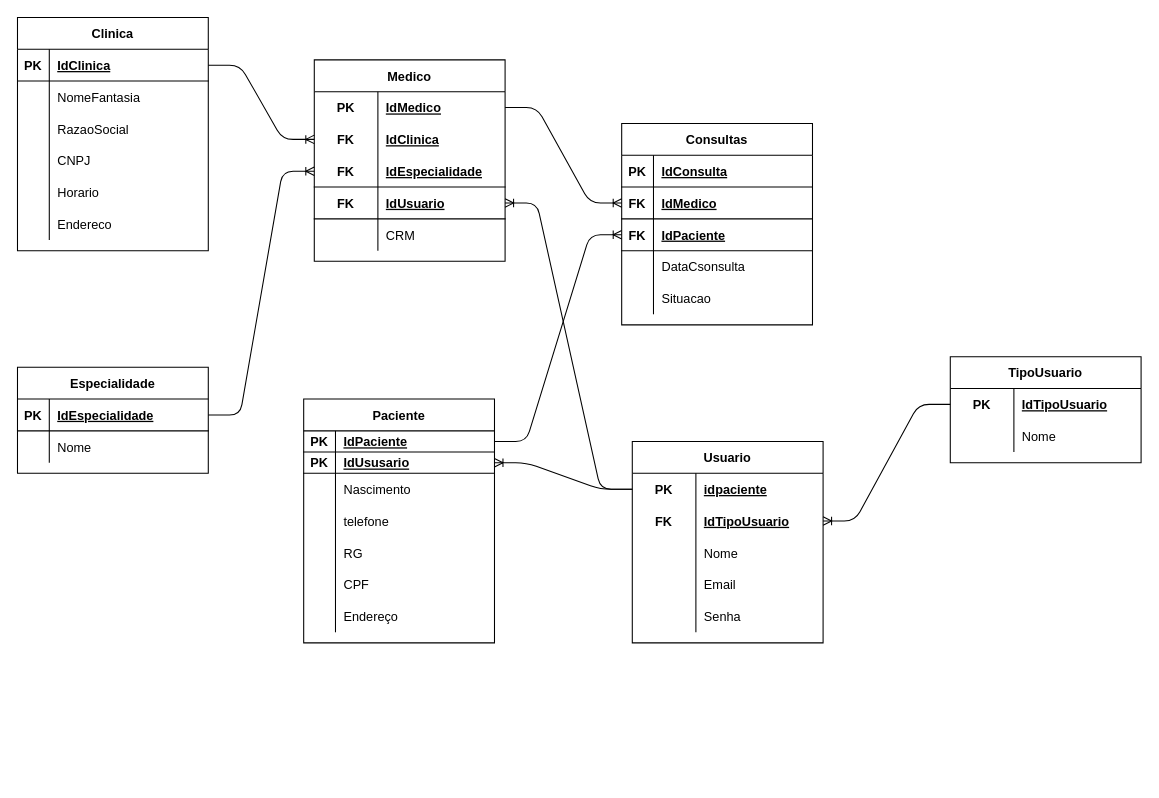
Before: page "Lógico" (2 of 2) of SP Medical Group/Modelos conceitual e lógico.drawio in AparecidoSeles/Senai_2-_Semestre, a draw.io diagram. Source tidied: cells renumbered, new cells numbered last; positions are measured from the earlier drawing's top-left corner, leaving out a move shared by most shapes. Both pictures are drawn from the tidied source at 106%, with x=0, y=0 at pixel (17, 17).
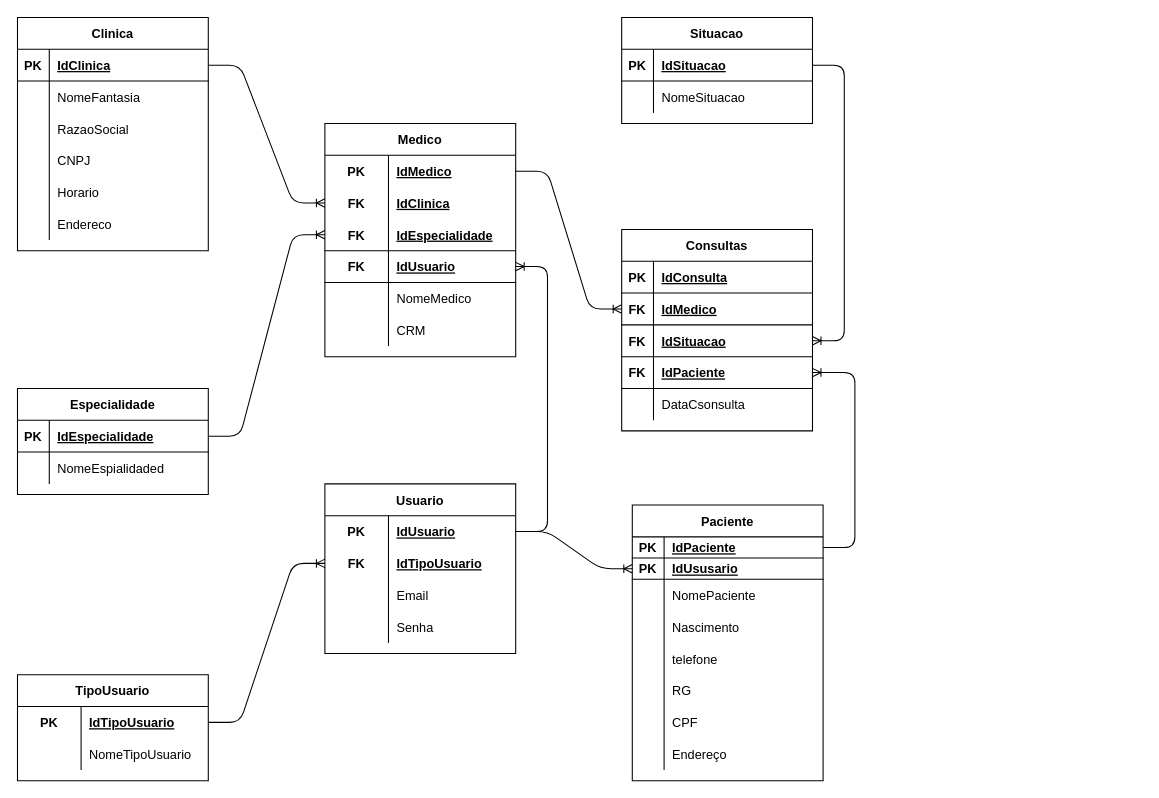
The same diagram, later.

The change refers to these unchanged cells:
```xml
<mxCell id="34" style="shape=partialRectangle;fillColor=none;top=0;left=0;bottom=0;right=0;" parent="21" vertex="1">
  <mxGeometry y="150" width="180" height="30" as="geometry" />
</mxCell>
<mxCell id="41" style="shape=partialRectangle;fillColor=none;top=0;left=0;bottom=0;right=0;" parent="37" vertex="1">
  <mxGeometry y="60" width="180" height="30" as="geometry" />
</mxCell>
<mxCell id="45" style="shape=partialRectangle;fillColor=none;top=0;left=0;bottom=1;right=0;points=[[0,0.5],[1,0.5]];portConstraint=eastwest;" parent="44" vertex="1">
  <mxGeometry y="30" width="180" height="20" as="geometry" />
</mxCell>
<mxCell id="51" style="shape=partialRectangle;fillColor=none;top=0;left=0;bottom=0;right=0;" parent="44" vertex="1">
  <mxGeometry y="70" width="180" height="30" as="geometry" />
</mxCell>
<mxCell id="73" style="shape=partialRectangle;fillColor=none;top=0;left=0;bottom=1;right=0;points=[[0,0.5],[1,0.5]];portConstraint=eastwest;" parent="66" vertex="1">
  <mxGeometry y="90" width="180" height="30" as="geometry" />
</mxCell>
<mxCell id="83" style="shape=partialRectangle;fillColor=none;top=0;left=0;bottom=0;right=0;points=[[0,0.5],[1,0.5]];portConstraint=eastwest;" parent="82" vertex="1">
  <mxGeometry y="30" width="180" height="30" as="geometry" />
</mxCell>
<mxCell id="102" style="shape=partialRectangle;fillColor=none;top=0;left=0;bottom=0;right=0;" parent="98" vertex="1">
  <mxGeometry y="60" width="180" height="30" as="geometry" />
</mxCell>
```

Change to the diagram source:
```diff
@@
     <mxCell id="21" value="Medico" style="shape=table;startSize=30;childLayout=tableLayout;rowLines=0;fontStyle=1;align=center;" parent="1" vertex="1">
-      <mxGeometry x="280" y="40" width="180" height="190" as="geometry" />
+      <mxGeometry x="290" y="100" width="180" height="220" as="geometry" />
     </mxCell>
@@
-    <mxCell id="36" value="CRM" style="shape=partialRectangle;fillColor=none;top=0;left=0;bottom=0;right=0;align=left;spacingLeft=6;overflow=hidden;" parent="34" vertex="1">
+    <mxCell id="36" value="NomeMedico" style="shape=partialRectangle;fillColor=none;top=0;left=0;bottom=0;right=0;align=left;spacingLeft=6;overflow=hidden;" parent="34" vertex="1">
       <mxGeometry x="60" width="120" height="30" as="geometry" />
     </mxCell>
+    <mxCell id="112" style="shape=partialRectangle;fillColor=none;top=0;left=0;bottom=0;right=0;" parent="21" vertex="1">
+      <mxGeometry y="180" width="180" height="30" as="geometry" />
+    </mxCell>
+    <mxCell id="90" style="shape=partialRectangle;fillColor=none;top=0;left=0;bottom=0;right=0;overflow=hidden;" parent="112" vertex="1">
+      <mxGeometry width="60" height="30" as="geometry" />
+    </mxCell>
+    <mxCell id="113" value="CRM" style="shape=partialRectangle;fillColor=none;top=0;left=0;bottom=0;right=0;align=left;spacingLeft=6;overflow=hidden;" parent="112" vertex="1">
+      <mxGeometry x="60" width="120" height="30" as="geometry" />
+    </mxCell>
     <mxCell id="37" value="Especialidade" style="shape=table;startSize=30;childLayout=tableLayout;rowLines=0;fontStyle=1;align=center;" parent="1" vertex="1">
-      <mxGeometry y="330" width="180" height="100" as="geometry" />
+      <mxGeometry y="350" width="180" height="100" as="geometry" />
     </mxCell>
@@
-    <mxCell id="43" value="Nome" style="shape=partialRectangle;fillColor=none;top=0;left=0;bottom=0;right=0;align=left;spacingLeft=6;overflow=hidden;" parent="41" vertex="1">
+    <mxCell id="43" value="NomeEspialidaded" style="shape=partialRectangle;fillColor=none;top=0;left=0;bottom=0;right=0;align=left;spacingLeft=6;overflow=hidden;" parent="41" vertex="1">
       <mxGeometry x="30" width="150" height="30" as="geometry" />
     </mxCell>
     <mxCell id="44" value="Paciente" style="shape=table;startSize=30;childLayout=tableLayout;rowLines=0;fontStyle=1;align=center;" parent="1" vertex="1">
-      <mxGeometry x="270" y="360" width="180" height="230" as="geometry" />
+      <mxGeometry x="580" y="460" width="180" height="260" as="geometry" />
     </mxCell>
@@
-    <mxCell id="53" value="Nascimento" style="shape=partialRectangle;fillColor=none;top=0;left=0;bottom=0;right=0;align=left;spacingLeft=6;overflow=hidden;" parent="51" vertex="1">
+    <mxCell id="53" value="NomePaciente" style="shape=partialRectangle;fillColor=none;top=0;left=0;bottom=0;right=0;align=left;spacingLeft=6;overflow=hidden;" parent="51" vertex="1">
       <mxGeometry x="30" width="150" height="30" as="geometry" />
     </mxCell>
+    <mxCell id="114" style="shape=partialRectangle;fillColor=none;top=0;left=0;bottom=0;right=0;" parent="44" vertex="1">
+      <mxGeometry y="100" width="180" height="30" as="geometry" />
+    </mxCell>
+    <mxCell id="115" style="shape=partialRectangle;fillColor=none;top=0;left=0;bottom=0;right=0;overflow=hidden;" parent="114" vertex="1">
+      <mxGeometry width="30" height="30" as="geometry" />
+    </mxCell>
+    <mxCell id="116" value="Nascimento" style="shape=partialRectangle;fillColor=none;top=0;left=0;bottom=0;right=0;align=left;spacingLeft=6;overflow=hidden;" parent="114" vertex="1">
+      <mxGeometry x="30" width="150" height="30" as="geometry" />
+    </mxCell>
     <mxCell id="54" style="shape=partialRectangle;fillColor=none;top=0;left=0;bottom=0;right=0;" parent="44" vertex="1">
-      <mxGeometry y="100" width="180" height="30" as="geometry" />
+      <mxGeometry y="130" width="180" height="30" as="geometry" />
     </mxCell>
@@
     <mxCell id="57" style="shape=partialRectangle;fillColor=none;top=0;left=0;bottom=0;right=0;" parent="44" vertex="1">
-      <mxGeometry y="130" width="180" height="30" as="geometry" />
+      <mxGeometry y="160" width="180" height="30" as="geometry" />
     </mxCell>
@@
     <mxCell id="60" style="shape=partialRectangle;fillColor=none;top=0;left=0;bottom=0;right=0;" parent="44" vertex="1">
-      <mxGeometry y="160" width="180" height="30" as="geometry" />
+      <mxGeometry y="190" width="180" height="30" as="geometry" />
     </mxCell>
@@
     <mxCell id="63" style="shape=partialRectangle;fillColor=none;top=0;left=0;bottom=0;right=0;" parent="44" vertex="1">
-      <mxGeometry y="190" width="180" height="30" as="geometry" />
+      <mxGeometry y="220" width="180" height="30" as="geometry" />
     </mxCell>
@@
     <mxCell id="66" value="Consultas" style="shape=table;startSize=30;childLayout=tableLayout;rowLines=0;fontStyle=1;align=center;" parent="1" vertex="1">
-      <mxGeometry x="570" y="100" width="180" height="190" as="geometry" />
+      <mxGeometry x="570" y="200" width="180" height="190" as="geometry" />
     </mxCell>
@@
-    <mxCell id="75" value="IdPaciente" style="shape=partialRectangle;fillColor=none;top=0;left=0;bottom=0;right=0;align=left;spacingLeft=6;fontStyle=5;overflow=hidden;" parent="73" vertex="1">
+    <mxCell id="75" value="IdSituacao" style="shape=partialRectangle;fillColor=none;top=0;left=0;bottom=0;right=0;align=left;spacingLeft=6;fontStyle=5;overflow=hidden;" parent="73" vertex="1">
       <mxGeometry x="30" width="150" height="30" as="geometry" />
     </mxCell>
+    <mxCell id="117" style="shape=partialRectangle;fillColor=none;top=0;left=0;bottom=1;right=0;points=[[0,0.5],[1,0.5]];portConstraint=eastwest;" parent="66" vertex="1">
+      <mxGeometry y="120" width="180" height="30" as="geometry" />
+    </mxCell>
+    <mxCell id="118" value="FK" style="shape=partialRectangle;fillColor=none;top=0;left=0;bottom=0;right=0;fontStyle=1;overflow=hidden;" parent="117" vertex="1">
+      <mxGeometry width="30" height="30" as="geometry" />
+    </mxCell>
+    <mxCell id="119" value="IdPaciente" style="shape=partialRectangle;fillColor=none;top=0;left=0;bottom=0;right=0;align=left;spacingLeft=6;fontStyle=5;overflow=hidden;" parent="117" vertex="1">
+      <mxGeometry x="30" width="150" height="30" as="geometry" />
+    </mxCell>
     <mxCell id="76" style="shape=partialRectangle;fillColor=none;top=0;left=0;bottom=0;right=0;" parent="66" vertex="1">
-      <mxGeometry y="120" width="180" height="30" as="geometry" />
+      <mxGeometry y="150" width="180" height="30" as="geometry" />
     </mxCell>
@@
-    <mxCell id="79" style="shape=partialRectangle;fillColor=none;top=0;left=0;bottom=0;right=0;" parent="66" vertex="1">
-      <mxGeometry y="150" width="180" height="30" as="geometry" />
-    </mxCell>
-    <mxCell id="80" style="shape=partialRectangle;fillColor=none;top=0;left=0;bottom=0;right=0;overflow=hidden;" parent="79" vertex="1">
-      <mxGeometry width="30" height="30" as="geometry" />
-    </mxCell>
-    <mxCell id="81" value="Situacao" style="shape=partialRectangle;fillColor=none;top=0;left=0;bottom=0;right=0;align=left;spacingLeft=6;overflow=hidden;" parent="79" vertex="1">
-      <mxGeometry x="30" width="150" height="30" as="geometry" />
-    </mxCell>
     <mxCell id="82" value="Usuario" style="shape=table;startSize=30;childLayout=tableLayout;rowLines=0;fontStyle=1;align=center;" parent="1" vertex="1">
-      <mxGeometry x="580" y="400" width="180" height="190" as="geometry" />
+      <mxGeometry x="290" y="440" width="180" height="160" as="geometry" />
     </mxCell>
@@
-    <mxCell id="85" value="idpaciente" style="shape=partialRectangle;fillColor=none;top=0;left=0;bottom=0;right=0;align=left;spacingLeft=6;fontStyle=5;overflow=hidden;" parent="83" vertex="1">
+    <mxCell id="85" value="IdUsuario" style="shape=partialRectangle;fillColor=none;top=0;left=0;bottom=0;right=0;align=left;spacingLeft=6;fontStyle=5;overflow=hidden;" parent="83" vertex="1">
       <mxGeometry x="60" width="120" height="30" as="geometry" />
     </mxCell>
@@
-    <mxCell id="89" style="shape=partialRectangle;fillColor=none;top=0;left=0;bottom=0;right=0;" parent="82" vertex="1">
-      <mxGeometry y="90" width="180" height="30" as="geometry" />
-    </mxCell>
-    <mxCell id="90" style="shape=partialRectangle;fillColor=none;top=0;left=0;bottom=0;right=0;overflow=hidden;" parent="89" vertex="1">
-      <mxGeometry width="60" height="30" as="geometry" />
-    </mxCell>
-    <mxCell id="91" value="Nome" style="shape=partialRectangle;fillColor=none;top=0;left=0;bottom=0;right=0;align=left;spacingLeft=6;overflow=hidden;" parent="89" vertex="1">
-      <mxGeometry x="60" width="120" height="30" as="geometry" />
-    </mxCell>
     <mxCell id="92" style="shape=partialRectangle;fillColor=none;top=0;left=0;bottom=0;right=0;" parent="82" vertex="1">
-      <mxGeometry y="120" width="180" height="30" as="geometry" />
+      <mxGeometry y="90" width="180" height="30" as="geometry" />
     </mxCell>
@@
     <mxCell id="95" style="shape=partialRectangle;fillColor=none;top=0;left=0;bottom=0;right=0;" parent="82" vertex="1">
-      <mxGeometry y="150" width="180" height="30" as="geometry" />
+      <mxGeometry y="120" width="180" height="30" as="geometry" />
     </mxCell>
@@
     <mxCell id="98" value="TipoUsuario" style="shape=table;startSize=30;childLayout=tableLayout;rowLines=0;fontStyle=1;align=center;" parent="1" vertex="1">
-      <mxGeometry x="880" y="320" width="180" height="100" as="geometry" />
+      <mxGeometry y="620" width="180" height="100" as="geometry" />
     </mxCell>
@@
-    <mxCell id="104" value="Nome" style="shape=partialRectangle;fillColor=none;top=0;left=0;bottom=0;right=0;align=left;spacingLeft=6;overflow=hidden;" parent="102" vertex="1">
+    <mxCell id="104" value="NomeTipoUsuario" style="shape=partialRectangle;fillColor=none;top=0;left=0;bottom=0;right=0;align=left;spacingLeft=6;overflow=hidden;" parent="102" vertex="1">
       <mxGeometry x="60" width="120" height="30" as="geometry" />
     </mxCell>
@@
-    <mxCell id="108" style="edgeStyle=entityRelationEdgeStyle;fontSize=12;html=1;endArrow=ERoneToMany;" parent="1" edge="1" source="45" target="73">
+    <mxCell id="108" style="edgeStyle=entityRelationEdgeStyle;fontSize=12;html=1;endArrow=ERoneToMany;" parent="1" edge="1" source="45" target="117">
       <mxGeometry relative="1" as="geometry" />
     </mxCell>
@@
+    <mxCell id="81" value="Situacao" style="shape=table;startSize=30;childLayout=tableLayout;rowLines=0;fontStyle=1;align=center;" parent="1" vertex="1">
+      <mxGeometry x="570" width="180" height="100" as="geometry" />
+    </mxCell>
+    <mxCell id="120" style="shape=partialRectangle;fillColor=none;top=0;left=0;bottom=1;right=0;points=[[0,0.5],[1,0.5]];portConstraint=eastwest;" parent="81" vertex="1">
+      <mxGeometry y="30" width="180" height="30" as="geometry" />
+    </mxCell>
+    <mxCell id="121" value="PK" style="shape=partialRectangle;fillColor=none;top=0;left=0;bottom=0;right=0;fontStyle=1;overflow=hidden;" parent="120" vertex="1">
+      <mxGeometry width="30" height="30" as="geometry" />
+    </mxCell>
+    <mxCell id="122" value="IdSituacao" style="shape=partialRectangle;fillColor=none;top=0;left=0;bottom=0;right=0;align=left;spacingLeft=6;fontStyle=5;overflow=hidden;" parent="120" vertex="1">
+      <mxGeometry x="30" width="150" height="30" as="geometry" />
+    </mxCell>
+    <mxCell id="123" style="shape=partialRectangle;fillColor=none;top=0;left=0;bottom=0;right=0;" parent="81" vertex="1">
+      <mxGeometry y="60" width="180" height="30" as="geometry" />
+    </mxCell>
+    <mxCell id="124" style="shape=partialRectangle;fillColor=none;top=0;left=0;bottom=0;right=0;overflow=hidden;" parent="123" vertex="1">
+      <mxGeometry width="30" height="30" as="geometry" />
+    </mxCell>
+    <mxCell id="125" value="NomeSituacao" style="shape=partialRectangle;fillColor=none;top=0;left=0;bottom=0;right=0;align=left;spacingLeft=6;overflow=hidden;verticalAlign=middle;" parent="123" vertex="1">
+      <mxGeometry x="30" width="150" height="30" as="geometry" />
+    </mxCell>
+    <mxCell id="126" style="edgeStyle=entityRelationEdgeStyle;fontSize=12;html=1;endArrow=ERoneToMany;" parent="1" edge="1" source="120" target="73">
+      <mxGeometry relative="1" as="geometry" />
+    </mxCell>
```
